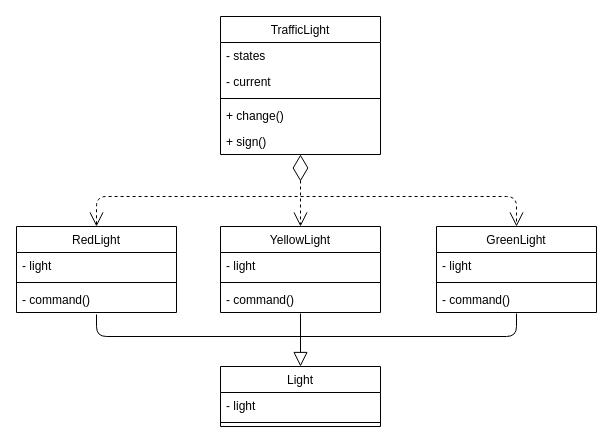
Above: page "State" (15 of 22) of UML Diagrams.drawio in victor2996/Patterns (draw.io), before the change. Source tidied: cells renumbered, new cells numbered last; positions are measured from the earlier drawing's top-left corner, leaving out a move shared by most shapes. Both pictures are drawn from the tidied source at 100%, with x=0, y=0 at pixel (16, 16).
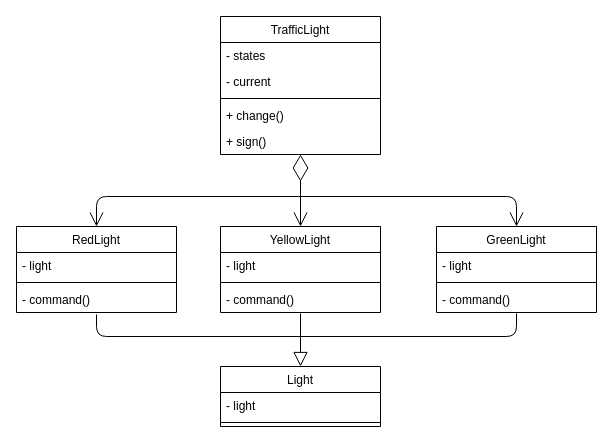
The same page after the edit.

The change refers to these unchanged cells:
```xml
<mxCell id="7" value="+ sign()" style="text;strokeColor=none;fillColor=none;align=left;verticalAlign=top;spacingLeft=4;spacingRight=4;overflow=hidden;points=[[0,0.5],[1,0.5]];portConstraint=eastwest;" parent="2" vertex="1">
  <mxGeometry y="112" width="160" height="26" as="geometry" />
</mxCell>
<mxCell id="11" value="RedLight" style="swimlane;fontStyle=0;align=center;verticalAlign=top;horizontal=1;startSize=26;" parent="1" vertex="1">
  <mxGeometry y="210" width="160" height="86" as="geometry" />
</mxCell>
<mxCell id="15" value="YellowLight" style="swimlane;fontStyle=0;align=center;verticalAlign=top;horizontal=1;startSize=26;" parent="1" vertex="1">
  <mxGeometry x="204" y="210" width="160" height="86" as="geometry" />
</mxCell>
<mxCell id="19" value="GreenLight" style="swimlane;fontStyle=0;align=center;verticalAlign=top;horizontal=1;startSize=26;" parent="1" vertex="1">
  <mxGeometry x="420" y="210" width="160" height="86" as="geometry" />
</mxCell>
```

Change to the diagram source:
```diff
@@
-    <mxCell id="25" style="endArrow=open;endFill=0;endSize=12;html=1;exitX=0.5;exitY=0;exitDx=0;exitDy=0;entryX=0.5;entryY=0;entryDx=0;entryDy=0;edgeStyle=orthogonalEdgeStyle;startArrow=open;startFill=0;startSize=12;dashed=1;" parent="1" edge="1" source="11" target="19">
+    <mxCell id="25" style="endArrow=open;endFill=0;endSize=12;html=1;exitX=0.5;exitY=0;exitDx=0;exitDy=0;entryX=0.5;entryY=0;entryDx=0;entryDy=0;edgeStyle=orthogonalEdgeStyle;startArrow=open;startFill=0;startSize=12;" parent="1" edge="1" source="11" target="19">
       <mxGeometry relative="1" as="geometry">
         <Array as="points">
           <mxPoint x="80" y="180" />
           <mxPoint x="500" y="180" />
         </Array>
       </mxGeometry>
     </mxCell>
-    <mxCell id="26" style="endArrow=open;endFill=0;endSize=12;html=1;exitX=0.5;exitY=1;exitDx=0;exitDy=0;exitPerimeter=0;entryX=0.5;entryY=0;entryDx=0;entryDy=0;dashed=1;startArrow=diamondThin;startFill=0;jumpSize=6;startSize=24;" parent="1" edge="1" source="7" target="15">
+    <mxCell id="26" style="endArrow=open;endFill=0;endSize=12;html=1;exitX=0.5;exitY=1;exitDx=0;exitDy=0;exitPerimeter=0;entryX=0.5;entryY=0;entryDx=0;entryDy=0;startArrow=diamondThin;startFill=0;jumpSize=6;startSize=24;" parent="1" edge="1" source="7" target="15">
       <mxGeometry relative="1" as="geometry" />
     </mxCell>
```
